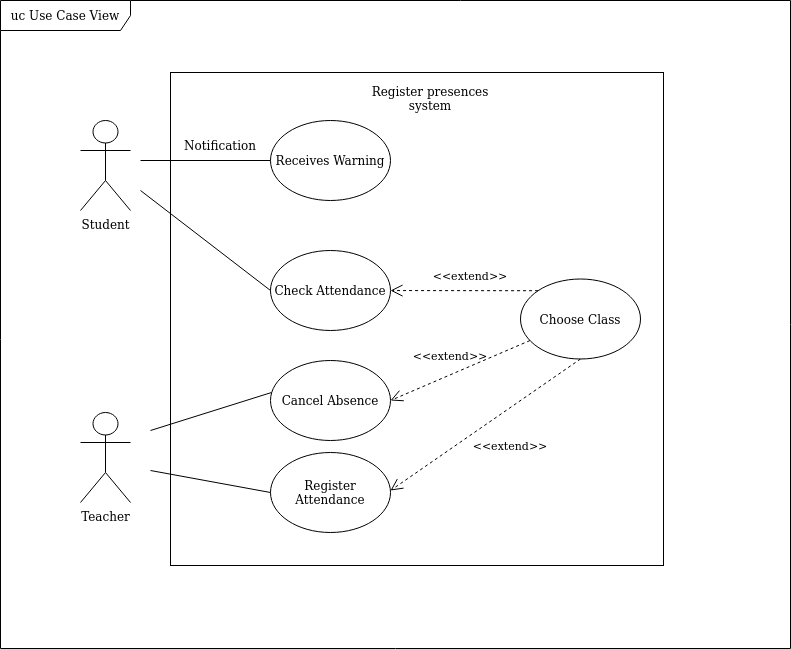
P1ntas/ESOF keeps this draw.io diagram as images/use_case_model.png. Above is the earlier version. Source tidied: cells renumbered, new cells last; positions are measured from the earlier drawing's top-left corner, leaving out a move shared by most shapes.
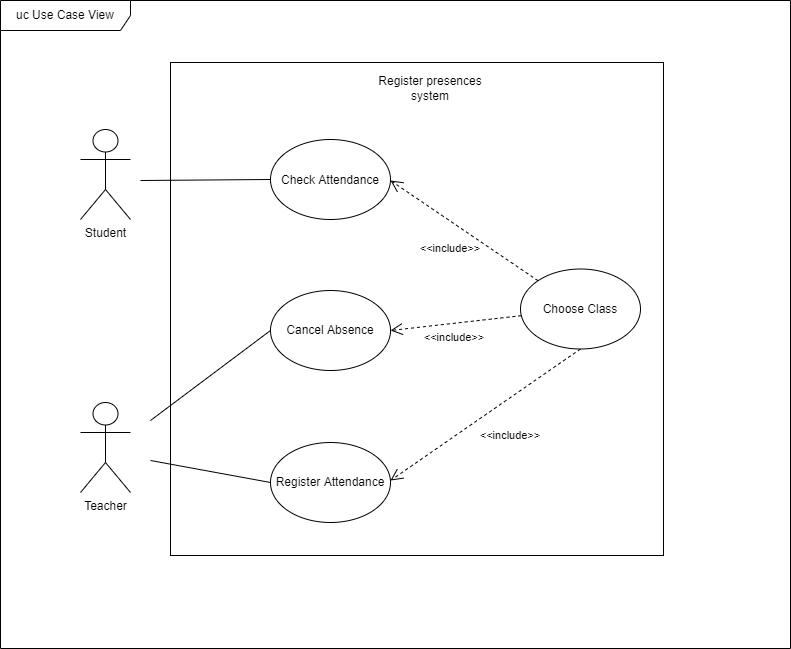
After the change.

Commit message:
Changed the use case model

Change to the diagram source:
```diff
@@ -3,7 +3,7 @@
     <mxCell id="0" />
     <mxCell id="1" parent="0" />
     <mxCell id="2" value="&lt;div&gt;Student&lt;/div&gt;&lt;div&gt;&lt;br&gt;&lt;/div&gt;" style="shape=umlActor;verticalLabelPosition=bottom;verticalAlign=top;html=1;" parent="1" vertex="1">
-      <mxGeometry x="80" y="120" width="50" height="90" as="geometry" />
+      <mxGeometry x="80" y="139" width="50" height="90" as="geometry" />
     </mxCell>
     <mxCell id="3" value="&lt;div&gt;Teacher&lt;/div&gt;&lt;div&gt;&lt;br&gt;&lt;/div&gt;" style="shape=umlActor;verticalLabelPosition=bottom;verticalAlign=top;html=1;" parent="1" vertex="1">
       <mxGeometry x="80" y="412" width="50" height="90" as="geometry" />
@@ -15,7 +15,7 @@
       <mxGeometry x="270" y="452" width="120" height="80" as="geometry" />
     </mxCell>
     <mxCell id="6" style="ellipse;whiteSpace=wrap;html=1;" parent="1" vertex="1">
-      <mxGeometry x="270" y="250" width="120" height="80" as="geometry" />
+      <mxGeometry x="270" y="149" width="120" height="80" as="geometry" />
     </mxCell>
     <mxCell id="7" style="endArrow=none;html=1;rounded=0;endFill=0;endSize=10;entryX=0;entryY=0.5;entryDx=0;entryDy=0;" parent="1" edge="1" target="5">
       <mxGeometry relative="1" as="geometry">
@@ -27,20 +27,16 @@
         <mxPoint x="140" y="190" as="targetPoint" />
       </mxGeometry>
     </mxCell>
-    <mxCell id="9" value="Notification" style="text;html=1;strokeColor=none;fillColor=none;align=center;verticalAlign=middle;whiteSpace=wrap;rounded=0;" parent="1" vertex="1">
-      <mxGeometry x="190" y="130" width="60" height="30" as="geometry" />
-    </mxCell>
     <mxCell id="10" value="Cancel Absence" style="ellipse;whiteSpace=wrap;html=1;" parent="1" vertex="1">
-      <mxGeometry x="270" y="360" width="120" height="80" as="geometry" />
+      <mxGeometry x="270" y="300" width="120" height="80" as="geometry" />
     </mxCell>
-    <mxCell id="11" style="endArrow=none;html=1;rounded=0;entryX=0;entryY=0.5;entryDx=0;entryDy=0;endFill=0;endSize=10;" parent="1" edge="1">
+    <mxCell id="11" style="endArrow=none;html=1;rounded=0;entryX=0;entryY=0.5;entryDx=0;entryDy=0;endFill=0;endSize=10;" parent="1" edge="1" target="10">
       <mxGeometry relative="1" as="geometry">
         <mxPoint x="150" y="430" as="sourcePoint" />
-        <mxPoint x="271" y="392" as="targetPoint" />
       </mxGeometry>
     </mxCell>
     <mxCell id="12" value="Check Attendance" style="text;html=1;strokeColor=none;fillColor=none;align=center;verticalAlign=middle;whiteSpace=wrap;rounded=0;" parent="1" vertex="1">
-      <mxGeometry x="270" y="275" width="120" height="30" as="geometry" />
+      <mxGeometry x="270" y="175" width="120" height="30" as="geometry" />
     </mxCell>
     <mxCell id="13" value="Register presences system" style="text;html=1;strokeColor=none;fillColor=none;align=center;verticalAlign=middle;whiteSpace=wrap;rounded=0;" parent="1" vertex="1">
       <mxGeometry x="370" y="83" width="120" height="30" as="geometry" />
@@ -51,34 +47,25 @@
     <mxCell id="15" style="endArrow=open;html=1;rounded=0;dashed=1;entryX=1;entryY=0.5;entryDx=0;entryDy=0;endFill=0;strokeWidth=1;endSize=10;" parent="1" edge="1" source="14" target="10">
       <mxGeometry relative="1" as="geometry" />
     </mxCell>
-    <mxCell id="16" value="&amp;lt;&amp;lt;extend&amp;gt;&amp;gt;" style="text;html=1;strokeColor=none;fillColor=none;align=center;verticalAlign=middle;whiteSpace=wrap;rounded=0;fontSize=11;" parent="1" vertex="1">
-      <mxGeometry x="420" y="340" width="60" height="30" as="geometry" />
+    <mxCell id="16" value="&amp;lt;&amp;lt;include&amp;gt;&amp;gt;" style="text;html=1;strokeColor=none;fillColor=none;align=center;verticalAlign=middle;whiteSpace=wrap;rounded=0;fontSize=11;" parent="1" vertex="1">
+      <mxGeometry x="424" y="332" width="60" height="30" as="geometry" />
     </mxCell>
-    <mxCell id="17" value="&amp;lt;&amp;lt;extend&amp;gt;&amp;gt;" style="text;html=1;strokeColor=none;fillColor=none;align=center;verticalAlign=middle;whiteSpace=wrap;rounded=0;fontSize=11;rotation=0;" parent="1" vertex="1">
+    <mxCell id="17" value="&amp;lt;&amp;lt;include&amp;gt;&amp;gt;" style="text;html=1;strokeColor=none;fillColor=none;align=center;verticalAlign=middle;whiteSpace=wrap;rounded=0;fontSize=11;rotation=0;" parent="1" vertex="1">
       <mxGeometry x="480" y="430" width="60" height="30" as="geometry" />
     </mxCell>
     <mxCell id="18" value="uc Use Case View" style="shape=umlFrame;whiteSpace=wrap;html=1;width=130;height=30;" parent="1" vertex="1">
-      <mxGeometry width="790" height="648" as="geometry" />
+      <mxGeometry y="10" width="790" height="648" as="geometry" />
     </mxCell>
-    <mxCell id="19" value="Receives Warning" style="ellipse;whiteSpace=wrap;html=1;" parent="1" vertex="1">
-      <mxGeometry x="270" y="120" width="120" height="80" as="geometry" />
-    </mxCell>
     <mxCell id="20" style="endArrow=open;html=1;rounded=0;dashed=1;endFill=0;strokeWidth=1;endSize=10;exitX=0.5;exitY=1;exitDx=0;exitDy=0;" parent="1" edge="1" source="14">
       <mxGeometry relative="1" as="geometry">
         <mxPoint x="390" y="490" as="targetPoint" />
       </mxGeometry>
     </mxCell>
-    <mxCell id="21" style="endArrow=none;html=1;rounded=0;entryX=0;entryY=0.5;entryDx=0;entryDy=0;endFill=0;endSize=10;" parent="1" edge="1">
-      <mxGeometry relative="1" as="geometry">
-        <mxPoint x="140" y="160" as="sourcePoint" />
-        <mxPoint x="270" y="160" as="targetPoint" />
-      </mxGeometry>
-    </mxCell>
-    <mxCell id="22" style="endArrow=open;html=1;rounded=0;dashed=1;endFill=0;strokeWidth=1;endSize=10;exitX=0;exitY=0;exitDx=0;exitDy=0;" parent="1" edge="1" source="14" target="12">
+    <mxCell id="22" style="endArrow=open;html=1;rounded=0;dashed=1;endFill=0;strokeWidth=1;endSize=10;exitX=0;exitY=0;exitDx=0;exitDy=0;entryX=1;entryY=0.5;entryDx=0;entryDy=0;" parent="1" edge="1" source="14" target="12">
       <mxGeometry relative="1" as="geometry" />
     </mxCell>
-    <mxCell id="23" value="&amp;lt;&amp;lt;extend&amp;gt;&amp;gt;" style="text;html=1;strokeColor=none;fillColor=none;align=center;verticalAlign=middle;whiteSpace=wrap;rounded=0;fontSize=11;" parent="1" vertex="1">
-      <mxGeometry x="440" y="260" width="60" height="30" as="geometry" />
+    <mxCell id="23" value="&amp;lt;&amp;lt;include&amp;gt;&amp;gt;" style="text;html=1;strokeColor=none;fillColor=none;align=center;verticalAlign=middle;whiteSpace=wrap;rounded=0;fontSize=11;" parent="1" vertex="1">
+      <mxGeometry x="420" y="243.5" width="60" height="30" as="geometry" />
     </mxCell>
   </root>
 </mxGraphModel>
```
